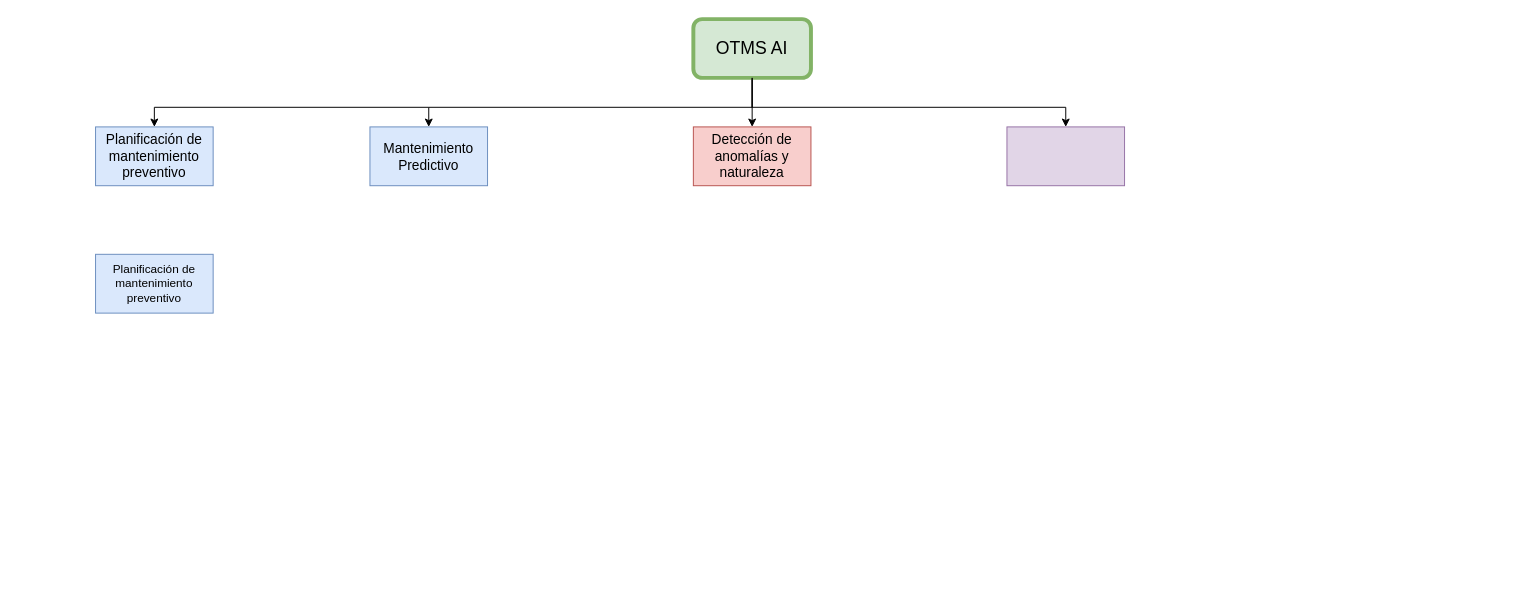
The draw.io diagram OTMS_AI_MODULES.drawio in sergueto/Diagrams_xml_generator, before the edit. Source tidied: cells renumbered, new cells numbered last; positions are measured from the earlier drawing's top-left corner, leaving out a move shared by most shapes. Both pictures are drawn from the tidied source at 98%, with x=0, y=0 at pixel (95, 19).
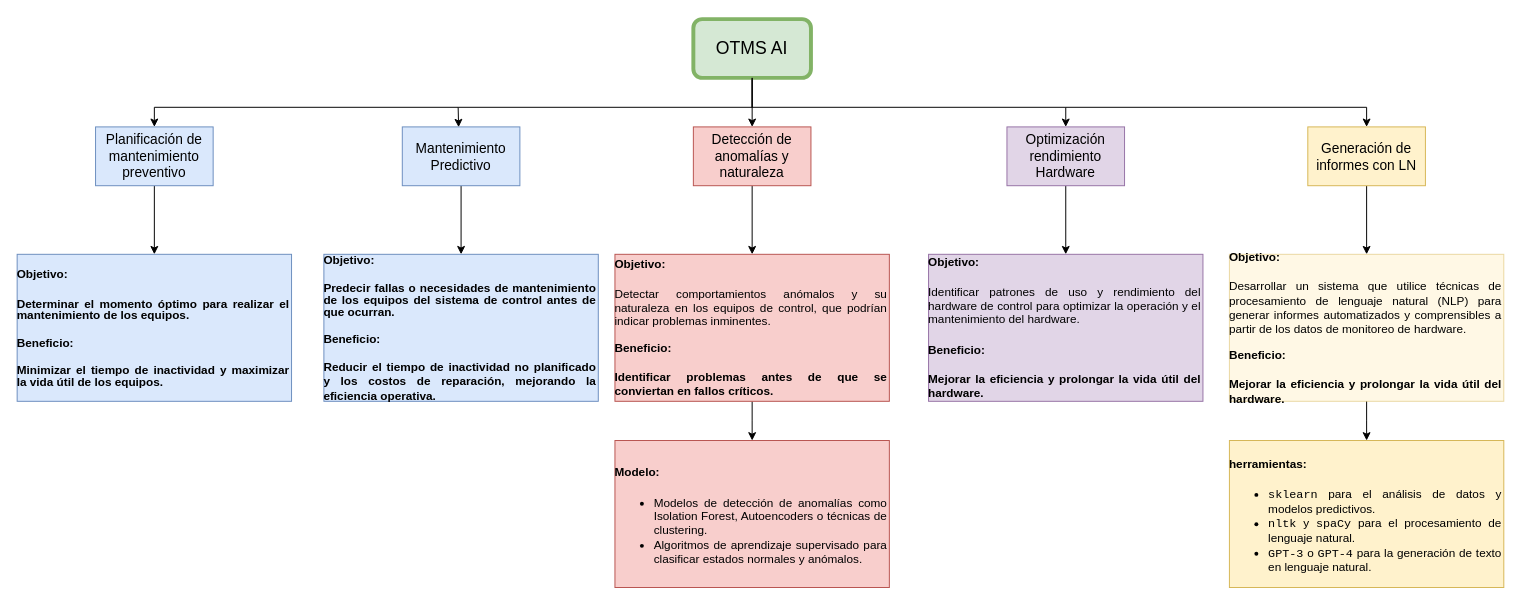
The same diagram, later.

The change refers to these unchanged cells:
```xml
<mxCell id="3" value="OTMS AI" style="rounded=1;whiteSpace=wrap;html=1;fillColor=#d5e8d4;strokeColor=#82b366;strokeWidth=4;fontSize=18;" parent="1" vertex="1">
  <mxGeometry x="610" width="120" height="60" as="geometry" />
</mxCell>
<mxCell id="6" value="Detección de anomalías y naturaleza" style="rounded=0;whiteSpace=wrap;html=1;fontSize=14;fillColor=#f8cecc;strokeColor=#b85450;" parent="1" vertex="1">
  <mxGeometry x="610" y="110" width="120" height="60" as="geometry" />
</mxCell>
<mxCell id="9" value="Planificación de mantenimiento preventivo" style="rounded=0;whiteSpace=wrap;html=1;fontSize=14;fillColor=#dae8fc;strokeColor=#6c8ebf;" parent="1" vertex="1">
  <mxGeometry y="110" width="120" height="60" as="geometry" />
</mxCell>
```

Change to the diagram source:
```diff
@@
+    <mxCell id="12" style="edgeStyle=elbowEdgeStyle;rounded=0;jettySize=auto;elbow=vertical;html=1;" parent="1" edge="1" source="4" target="24">
+      <mxGeometry relative="1" as="geometry" />
+    </mxCell>
     <mxCell id="4" value="Mantenimiento Predictivo" style="rounded=0;whiteSpace=wrap;html=1;fontSize=14;fillColor=#dae8fc;strokeColor=#6c8ebf;" parent="1" vertex="1">
-      <mxGeometry x="280" y="110" width="120" height="60" as="geometry" />
+      <mxGeometry x="313" y="110" width="120" height="60" as="geometry" />
     </mxCell>
+    <mxCell id="13" style="edgeStyle=elbowEdgeStyle;rounded=0;jettySize=auto;elbow=vertical;html=1;" parent="1" edge="1" source="5" target="19">
+      <mxGeometry relative="1" as="geometry" />
+    </mxCell>
-    <mxCell id="5" style="rounded=0;whiteSpace=wrap;html=1;fontSize=14;fillColor=#e1d5e7;strokeColor=#9673a6;" parent="1" vertex="1">
+    <mxCell id="5" value="Optimización rendimiento Hardware" style="rounded=0;whiteSpace=wrap;html=1;fontSize=14;fillColor=#e1d5e7;strokeColor=#9673a6;" parent="1" vertex="1">
       <mxGeometry x="930" y="110" width="120" height="60" as="geometry" />
     </mxCell>
+    <mxCell id="14" style="edgeStyle=elbowEdgeStyle;rounded=0;jettySize=auto;elbow=vertical;html=1;" parent="1" edge="1" source="6" target="21">
+      <mxGeometry relative="1" as="geometry" />
+    </mxCell>
@@
-    <mxCell id="7" style="endArrow=classic;html=1;rounded=0;exitX=0.5;exitY=1;exitDx=0;exitDy=0;entryX=0.5;entryY=0;entryDx=0;entryDy=0;" parent="1" edge="1" source="3" target="4">
+    <mxCell id="7" style="endArrow=classic;html=1;rounded=0;exitX=0.5;exitY=1;exitDx=0;exitDy=0;entryX=0.479;entryY=0.005;entryDx=0;entryDy=0;entryPerimeter=0;" parent="1" edge="1" target="4">
       <mxGeometry relative="1" as="geometry">
+        <mxPoint x="670" y="60" as="sourcePoint" />
         <Array as="points">
           <mxPoint x="670" y="90" />
-          <mxPoint x="340" y="90" />
+          <mxPoint x="370" y="90" />
         </Array>
       </mxGeometry>
     </mxCell>
@@
+    <mxCell id="15" style="edgeStyle=elbowEdgeStyle;rounded=0;jettySize=auto;elbow=vertical;html=1;" parent="1" edge="1" source="9" target="10">
+      <mxGeometry relative="1" as="geometry" />
+    </mxCell>
@@
-    <mxCell id="10" value="Planificación de mantenimiento preventivo" style="rounded=0;whiteSpace=wrap;html=1;fontSize=12;fillColor=#dae8fc;strokeColor=#6c8ebf;" parent="1" vertex="1">
-      <mxGeometry y="240" width="120" height="60" as="geometry" />
+    <mxCell id="10" value="&lt;h4 style=&quot;text-align: justify;&quot;&gt;Objetivo:&lt;/h4&gt;&lt;h4 style=&quot;text-align: justify; line-height: 100%;&quot;&gt;Determinar el momento óptimo para realizar el mantenimiento de los equipos.&amp;nbsp;&lt;/h4&gt;&lt;h4 style=&quot;text-align: justify; line-height: 100%;&quot;&gt;Beneficio:&lt;/h4&gt;&lt;h4 style=&quot;text-align: justify; line-height: 12px;&quot;&gt;Minimizar el tiempo de inactividad y maximizar la vida útil de los equipos.&lt;/h4&gt;" style="rounded=0;whiteSpace=wrap;html=1;fontSize=12;fillColor=#dae8fc;strokeColor=#6c8ebf;align=right;verticalAlign=middle;" parent="1" vertex="1">
+      <mxGeometry x="-80" y="240" width="280" height="150" as="geometry" />
     </mxCell>
     <mxCell id="11" style="edgeStyle=elbowEdgeStyle;jettySize=auto;html=1;rounded=0;elbow=vertical;entryX=0.5;entryY=0;entryDx=0;entryDy=0;" parent="1" edge="1" target="9">
       <mxGeometry relative="1" as="geometry">
-        <mxPoint x="340" y="90" as="sourcePoint" />
+        <mxPoint x="370" y="90" as="sourcePoint" />
         <Array as="points">
           <mxPoint x="200" y="90" />
         </Array>
       </mxGeometry>
     </mxCell>
+    <mxCell id="16" style="edgeStyle=elbowEdgeStyle;rounded=0;jettySize=auto;elbow=vertical;html=1;" parent="1" edge="1" source="17" target="23">
+      <mxGeometry relative="1" as="geometry" />
+    </mxCell>
+    <mxCell id="17" value="Generación de informes con LN" style="rounded=0;whiteSpace=wrap;html=1;fontSize=14;fillColor=#fff2cc;strokeColor=#d6b656;" parent="1" vertex="1">
+      <mxGeometry x="1237" y="110" width="120" height="60" as="geometry" />
+    </mxCell>
+    <mxCell id="18" style="edgeStyle=elbowEdgeStyle;jettySize=auto;html=1;rounded=0;elbow=vertical;entryX=0.5;entryY=0;entryDx=0;entryDy=0;" parent="1" edge="1" target="17">
+      <mxGeometry relative="1" as="geometry">
+        <mxPoint x="990" y="90" as="sourcePoint" />
+        <Array as="points">
+          <mxPoint x="1160" y="90" />
+        </Array>
+      </mxGeometry>
+    </mxCell>
+    <mxCell id="19" value="&lt;h4 style=&quot;text-align: justify;&quot;&gt;Objetivo:&lt;/h4&gt;&lt;p style=&quot;text-align: justify;&quot;&gt;Identificar patrones de uso y rendimiento del hardware de control para optimizar la operación y el mantenimiento del hardware.&lt;/p&gt;&lt;h4 style=&quot;text-align: justify;&quot;&gt;Beneficio:&lt;/h4&gt;&lt;h4 style=&quot;text-align: justify;&quot;&gt;Mejorar la eficiencia y prolongar la vida útil del hardware.&lt;/h4&gt;" style="rounded=0;whiteSpace=wrap;html=1;fontSize=12;fillColor=#e1d5e7;strokeColor=#9673a6;align=right;verticalAlign=middle;" parent="1" vertex="1">
+      <mxGeometry x="850" y="240" width="280" height="150" as="geometry" />
+    </mxCell>
+    <mxCell id="20" style="edgeStyle=elbowEdgeStyle;rounded=0;jettySize=auto;elbow=vertical;html=1;" parent="1" edge="1" source="21" target="25">
+      <mxGeometry relative="1" as="geometry" />
+    </mxCell>
+    <mxCell id="21" value="&lt;h4 style=&quot;text-align: justify;&quot;&gt;Objetivo:&lt;/h4&gt;&lt;p style=&quot;text-align: justify;&quot;&gt;&lt;span style=&quot;background-color: initial; text-align: right;&quot;&gt;Detectar comportamientos anómalos y su naturaleza en los equipos de control, que podrían indicar problemas inminentes.&lt;/span&gt;&lt;/p&gt;&lt;p style=&quot;text-align: justify;&quot;&gt;&lt;b&gt;&lt;span style=&quot;background-color: initial;&quot;&gt;Beneficio:&lt;/span&gt;&lt;br&gt;&lt;/b&gt;&lt;/p&gt;&lt;h4 style=&quot;text-align: justify;&quot;&gt;Identificar problemas antes de que se conviertan en fallos críticos.&lt;/h4&gt;" style="rounded=0;whiteSpace=wrap;html=1;fontSize=12;fillColor=#f8cecc;strokeColor=#b85450;align=right;verticalAlign=middle;" parent="1" vertex="1">
+      <mxGeometry x="530" y="240" width="280" height="150" as="geometry" />
+    </mxCell>
+    <mxCell id="22" style="edgeStyle=elbowEdgeStyle;rounded=0;jettySize=auto;elbow=vertical;html=1;" parent="1" edge="1" source="23" target="26">
+      <mxGeometry relative="1" as="geometry" />
+    </mxCell>
+    <mxCell id="23" value="&lt;h4 style=&quot;text-align: justify;&quot;&gt;Objetivo:&lt;/h4&gt;&lt;p style=&quot;text-align: justify;&quot;&gt;&lt;span style=&quot;background-color: initial; text-align: right;&quot;&gt;Desarrollar un sistema que utilice técnicas de procesamiento de lenguaje natural (NLP) para generar informes automatizados y comprensibles a partir de los datos de monitoreo de hardware.&lt;/span&gt;&lt;/p&gt;&lt;p style=&quot;text-align: justify;&quot;&gt;&lt;span style=&quot;background-color: initial;&quot;&gt;&lt;b&gt;Beneficio:&lt;/b&gt;&lt;/span&gt;&lt;br&gt;&lt;/p&gt;&lt;h4 style=&quot;text-align: justify;&quot;&gt;Mejorar la eficiencia y prolongar la vida útil del hardware.&lt;/h4&gt;" style="rounded=0;whiteSpace=wrap;html=1;fontSize=12;fillColor=#fff2cc;strokeColor=#d6b656;align=right;verticalAlign=middle;opacity=50;" parent="1" vertex="1">
+      <mxGeometry x="1157" y="240" width="280" height="150" as="geometry" />
+    </mxCell>
+    <mxCell id="24" value="&lt;h4 style=&quot;text-align: justify;&quot;&gt;Objetivo:&lt;/h4&gt;&lt;h4 style=&quot;text-align: justify; line-height: 100%;&quot;&gt;Predecir fallas o necesidades de mantenimiento de los equipos del sistema de control antes de que ocurran.&lt;/h4&gt;&lt;h4 style=&quot;text-align: justify; line-height: 100%;&quot;&gt;Beneficio:&lt;/h4&gt;&lt;h4 style=&quot;text-align: justify;&quot;&gt;Reducir el tiempo de inactividad no planificado y los costos de reparación, mejorando la eficiencia operativa.&lt;/h4&gt;" style="rounded=0;whiteSpace=wrap;html=1;fontSize=12;fillColor=#dae8fc;strokeColor=#6c8ebf;align=right;verticalAlign=middle;" parent="1" vertex="1">
+      <mxGeometry x="233" y="240" width="280" height="150" as="geometry" />
+    </mxCell>
+    <mxCell id="25" value="&lt;div style=&quot;text-align: justify;&quot;&gt;&lt;br&gt;&lt;/div&gt;&lt;h4 style=&quot;text-align: justify;&quot;&gt;Modelo:&lt;/h4&gt;&lt;ul&gt;&lt;li style=&quot;text-align: justify;&quot;&gt;Modelos de detección de anomalías como Isolation Forest, Autoencoders o técnicas de clustering.&lt;/li&gt;&lt;li style=&quot;text-align: justify;&quot;&gt;Algoritmos de aprendizaje supervisado para clasificar estados normales y anómalos.&lt;/li&gt;&lt;/ul&gt;&lt;div&gt;&lt;br/&gt;&lt;/div&gt;" style="rounded=0;whiteSpace=wrap;html=1;fontSize=12;fillColor=#f8cecc;strokeColor=#b85450;align=right;verticalAlign=middle;" parent="1" vertex="1">
+      <mxGeometry x="530" y="430" width="280" height="150" as="geometry" />
+    </mxCell>
+    <mxCell id="26" value="&lt;div style=&quot;text-align: justify;&quot;&gt;&lt;br&gt;&lt;/div&gt;&lt;h4 style=&quot;text-align: justify;&quot;&gt;herramientas:&lt;/h4&gt;&lt;ul&gt;&lt;li style=&quot;text-align: justify;&quot;&gt;&lt;code&gt;sklearn&lt;/code&gt; para el análisis de datos y modelos predictivos.&lt;/li&gt;&lt;li style=&quot;text-align: justify;&quot;&gt;&lt;code&gt;nltk&lt;/code&gt; y &lt;code&gt;spaCy&lt;/code&gt; para el procesamiento de lenguaje natural.&lt;/li&gt;&lt;li style=&quot;text-align: justify;&quot;&gt;&lt;code&gt;GPT-3&lt;/code&gt; o &lt;code&gt;GPT-4&lt;/code&gt; para la generación de texto en lenguaje natural.&lt;/li&gt;&lt;/ul&gt;&lt;div style=&quot;text-align: justify;&quot;&gt;&lt;br&gt;&lt;/div&gt;" style="rounded=0;whiteSpace=wrap;html=1;fontSize=12;fillColor=#fff2cc;strokeColor=#d6b656;align=right;verticalAlign=middle;" parent="1" vertex="1">
+      <mxGeometry x="1157" y="430" width="280" height="150" as="geometry" />
+    </mxCell>
```
